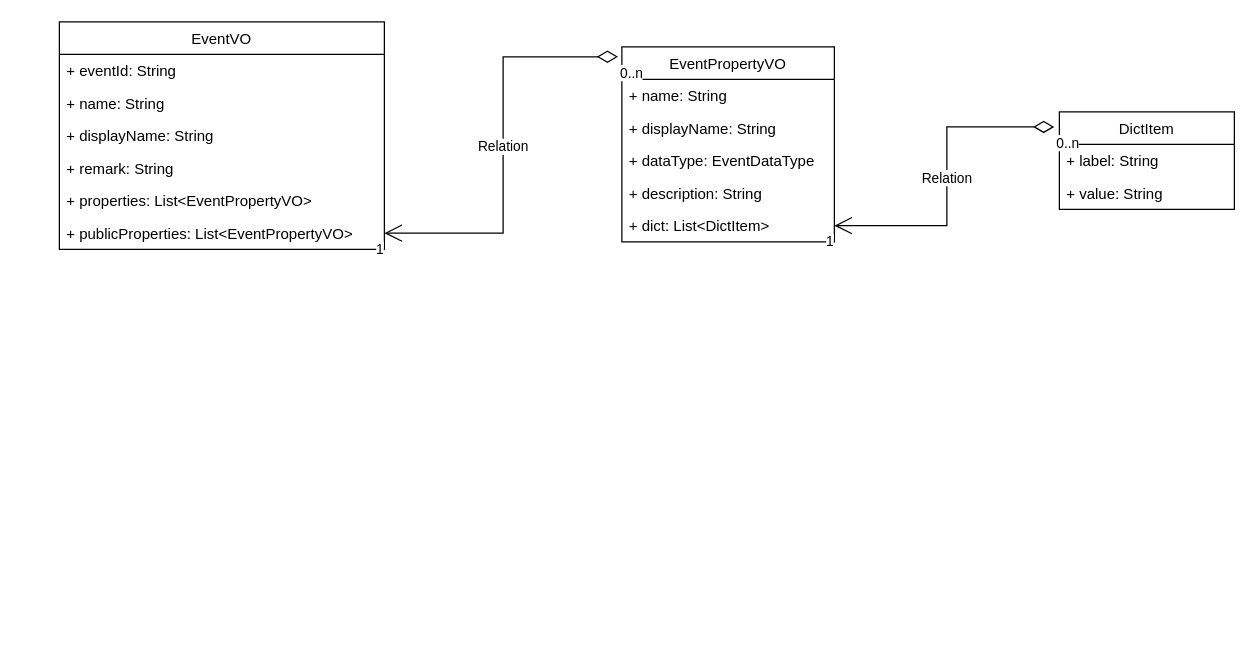
NeverMore93/draw keeps this draw.io diagram as 事件中心/规则类图.drawio. Above is the earlier version. Source tidied: cells renumbered, new cells numbered last; positions are measured from the earlier drawing's top-left corner, leaving out a move shared by most shapes. Both pictures are drawn from the tidied source at 125%, with x=0, y=0 at pixel (59, 21).
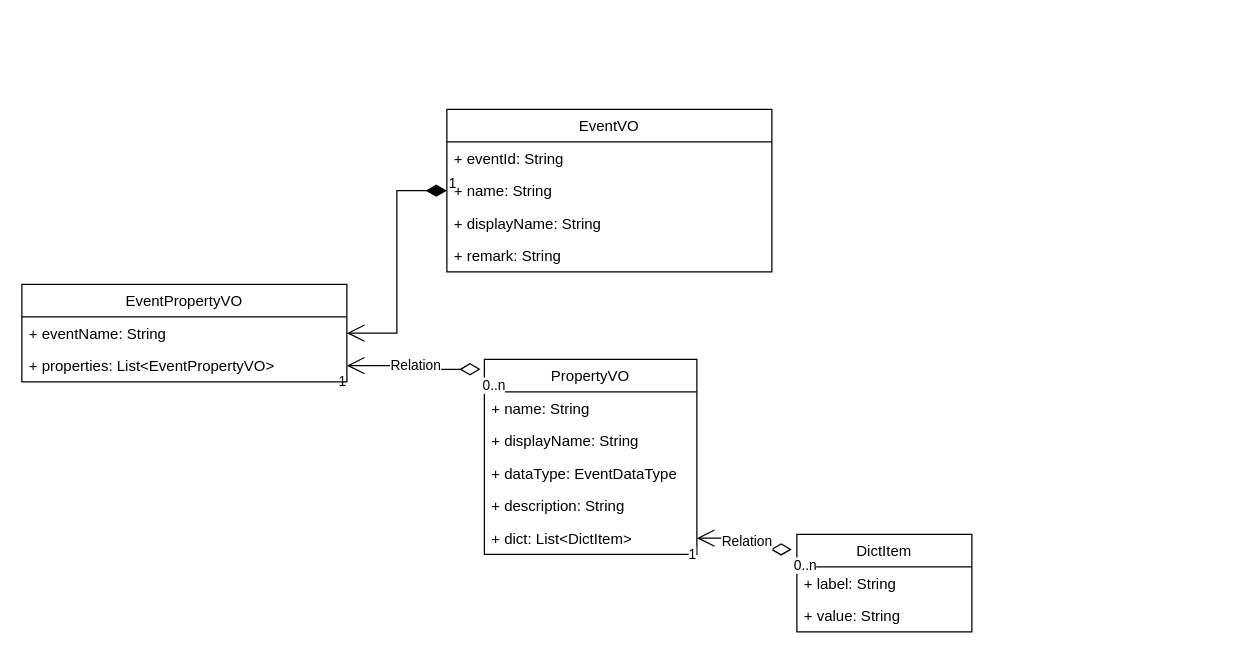
The same diagram, later.

Commit message:
更新规则类图.drawio

Unchanged cells that the change refers to:
```xml
<mxCell id="4" value="+ name: String" style="text;strokeColor=none;fillColor=none;align=left;verticalAlign=top;spacingLeft=4;spacingRight=4;overflow=hidden;points=[[0,0.5],[1,0.5]];portConstraint=eastwest;" parent="2" vertex="1">
  <mxGeometry y="52" width="260" height="26" as="geometry" />
</mxCell>
```

The edit, as a diff of the source:
```diff
@@
     <mxCell id="2" value="EventVO" style="swimlane;fontStyle=0;horizontal=1;startSize=26;fillColor=none;" parent="1" vertex="1">
-      <mxGeometry width="260" height="182" as="geometry" />
+      <mxGeometry x="310" y="70" width="260" height="130" as="geometry" />
     </mxCell>
@@
-    <mxCell id="7" value="+ properties: List&lt;EventPropertyVO&gt;" style="text;strokeColor=none;fillColor=none;align=left;verticalAlign=top;spacingLeft=4;spacingRight=4;overflow=hidden;points=[[0,0.5],[1,0.5]];portConstraint=eastwest;" parent="2" vertex="1">
-      <mxGeometry y="130" width="260" height="26" as="geometry" />
-    </mxCell>
-    <mxCell id="8" value="+ publicProperties: List&lt;EventPropertyVO&gt;" style="text;strokeColor=none;fillColor=none;align=left;verticalAlign=top;spacingLeft=4;spacingRight=4;overflow=hidden;points=[[0,0.5],[1,0.5]];portConstraint=eastwest;" parent="2" vertex="1">
-      <mxGeometry y="156" width="260" height="26" as="geometry" />
-    </mxCell>
-    <mxCell id="9" value="EventPropertyVO" style="swimlane;fontStyle=0;horizontal=1;startSize=26;fillColor=none;" parent="1" vertex="1">
-      <mxGeometry x="450" y="20" width="170" height="156" as="geometry" />
+    <mxCell id="9" value="PropertyVO" style="swimlane;fontStyle=0;horizontal=1;startSize=26;fillColor=none;" parent="1" vertex="1">
+      <mxGeometry x="340" y="270" width="170" height="156" as="geometry" />
     </mxCell>
@@
-    <mxCell id="15" value="Relation" style="endArrow=open;html=1;endSize=12;startArrow=diamondThin;startSize=14;startFill=0;edgeStyle=orthogonalEdgeStyle;rounded=0;entryX=1;entryY=0.5;entryDx=0;entryDy=0;exitX=-0.018;exitY=0.051;exitDx=0;exitDy=0;exitPerimeter=0;" parent="1" edge="1" source="9" target="8">
+    <mxCell id="15" value="Relation" style="endArrow=open;html=1;endSize=12;startArrow=diamondThin;startSize=14;startFill=0;edgeStyle=orthogonalEdgeStyle;rounded=0;exitX=-0.018;exitY=0.051;exitDx=0;exitDy=0;exitPerimeter=0;" parent="1" edge="1" source="9" target="7">
       <mxGeometry relative="1" as="geometry" />
     </mxCell>
@@
     <mxCell id="18" value="DictItem" style="swimlane;fontStyle=0;horizontal=1;startSize=26;fillColor=none;" parent="1" vertex="1">
-      <mxGeometry x="800" y="72" width="140" height="78" as="geometry" />
+      <mxGeometry x="590" y="410" width="140" height="78" as="geometry" />
     </mxCell>
@@
+    <mxCell id="24" value="EventPropertyVO" style="swimlane;fontStyle=0;horizontal=1;startSize=26;fillColor=none;" parent="1" vertex="1">
+      <mxGeometry x="-30" y="210" width="260" height="78" as="geometry" />
+    </mxCell>
+    <mxCell id="25" value="+ eventName: String" style="text;strokeColor=none;fillColor=none;align=left;verticalAlign=top;spacingLeft=4;spacingRight=4;overflow=hidden;points=[[0,0.5],[1,0.5]];portConstraint=eastwest;" parent="24" vertex="1">
+      <mxGeometry y="26" width="260" height="26" as="geometry" />
+    </mxCell>
+    <mxCell id="7" value="+ properties: List&lt;EventPropertyVO&gt;" style="text;strokeColor=none;fillColor=none;align=left;verticalAlign=top;spacingLeft=4;spacingRight=4;overflow=hidden;points=[[0,0.5],[1,0.5]];portConstraint=eastwest;" parent="24" vertex="1">
+      <mxGeometry y="52" width="260" height="26" as="geometry" />
+    </mxCell>
+    <mxCell id="26" value="1" style="endArrow=open;html=1;endSize=12;startArrow=diamondThin;startSize=14;startFill=1;edgeStyle=orthogonalEdgeStyle;align=left;verticalAlign=bottom;rounded=0;exitX=0;exitY=0.5;exitDx=0;exitDy=0;entryX=1;entryY=0.5;entryDx=0;entryDy=0;" parent="1" edge="1" source="4" target="25">
+      <mxGeometry x="-1" y="3" relative="1" as="geometry" />
+    </mxCell>
```
